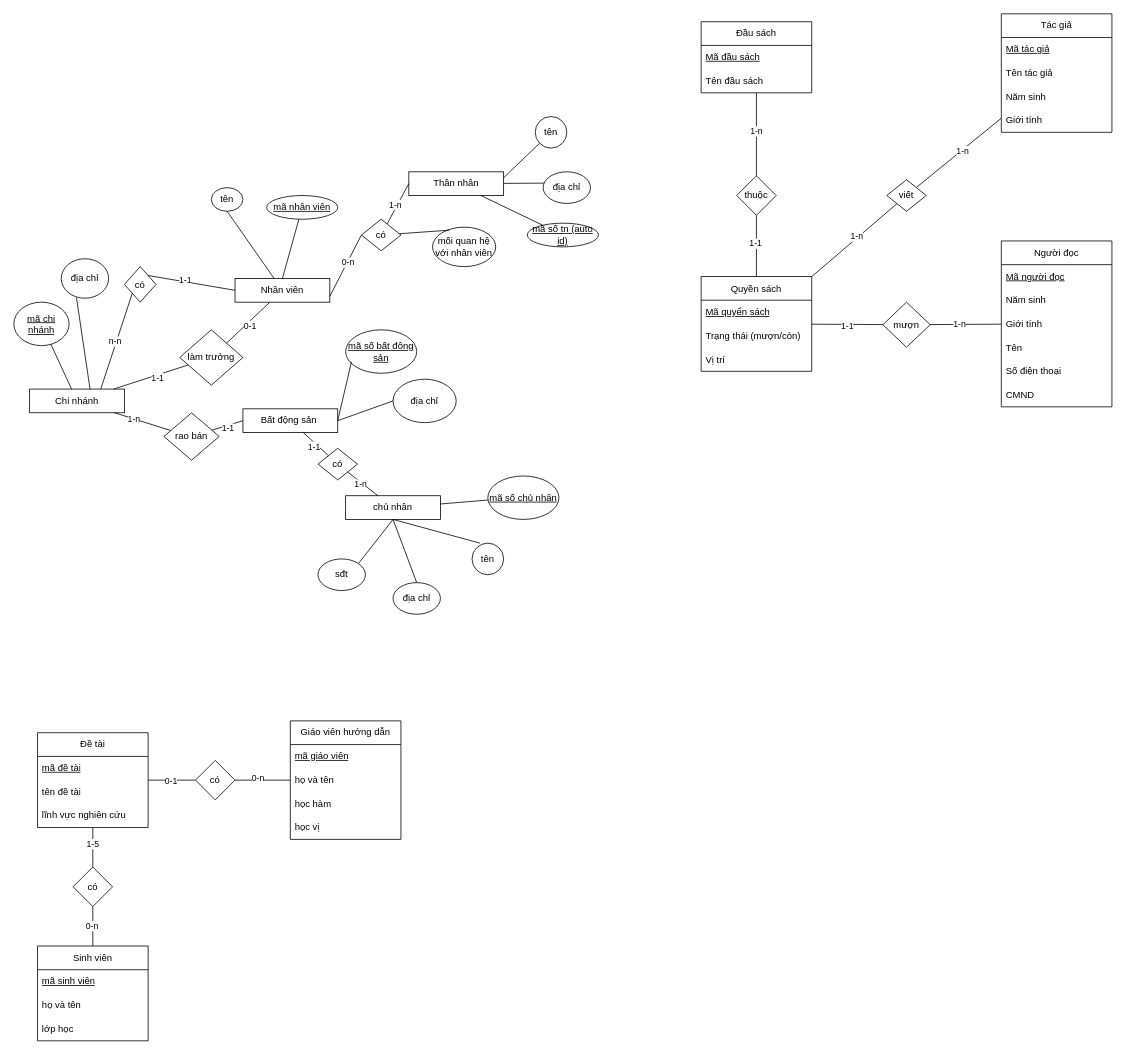
Before: Exercise_01.drawio in DatOneGuyL/Extra-Exercises, a draw.io diagram. Source tidied: cells renumbered, new cells numbered last; positions are measured from the earlier drawing's top-left corner, leaving out a move shared by most shapes. Both pictures are drawn from the tidied source at 79%, with x=0, y=0 at pixel (13, 13).
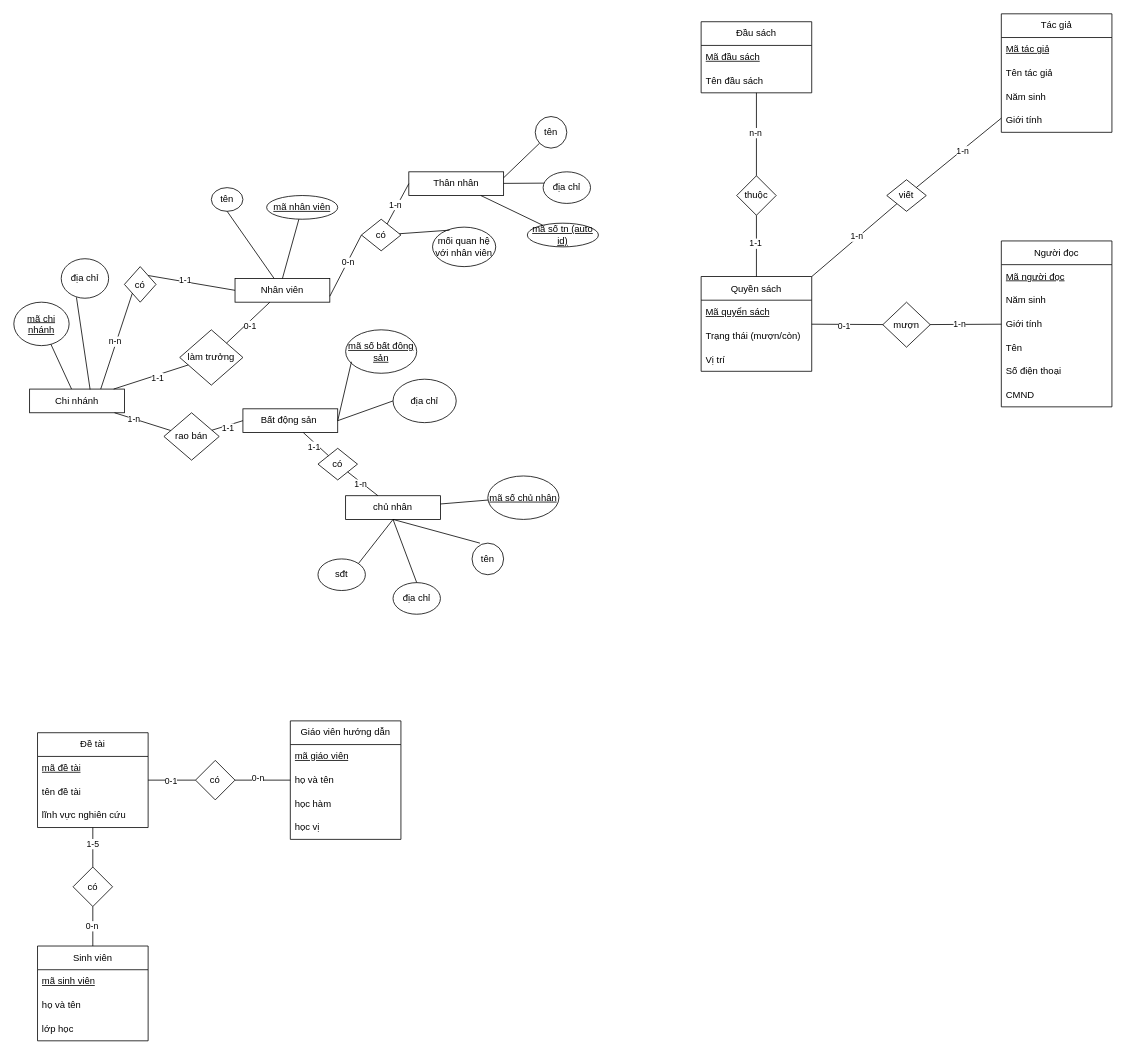
Above is the later version.

Unchanged cells that the change refers to:
```xml
<mxCell id="104" style="endArrow=none;html=1;rounded=0;" parent="1" edge="1" source="92" target="103">
  <mxGeometry relative="1" as="geometry" />
</mxCell>
<mxCell id="116" style="endArrow=none;html=1;rounded=0;" parent="1" edge="1" source="84" target="113">
  <mxGeometry relative="1" as="geometry" />
</mxCell>
```

What changed in the source:
```diff
@@
-    <mxCell id="105" value="1-1" style="edgeLabel;html=1;align=center;verticalAlign=middle;" parent="104" vertex="1">
-      <mxGeometry x="-0.01" y="-1" relative="1" as="geometry" />
-    </mxCell>
+    <mxCell id="118" value="0-1" style="edgeLabel;html=1;align=center;verticalAlign=middle;" parent="104" vertex="1">
+      <mxGeometry x="-0.08" y="-2" relative="1" as="geometry" />
+    </mxCell>
@@
-    <mxCell id="117" value="1-n" style="edgeLabel;html=1;align=center;verticalAlign=middle;" parent="116" vertex="1">
-      <mxGeometry x="-0.08" y="-1" relative="1" as="geometry" />
-    </mxCell>
+    <mxCell id="119" value="n-n" style="edgeLabel;html=1;align=center;verticalAlign=middle;" parent="116" vertex="1">
+      <mxGeometry x="-0.05" y="-2" relative="1" as="geometry" />
+    </mxCell>
```
